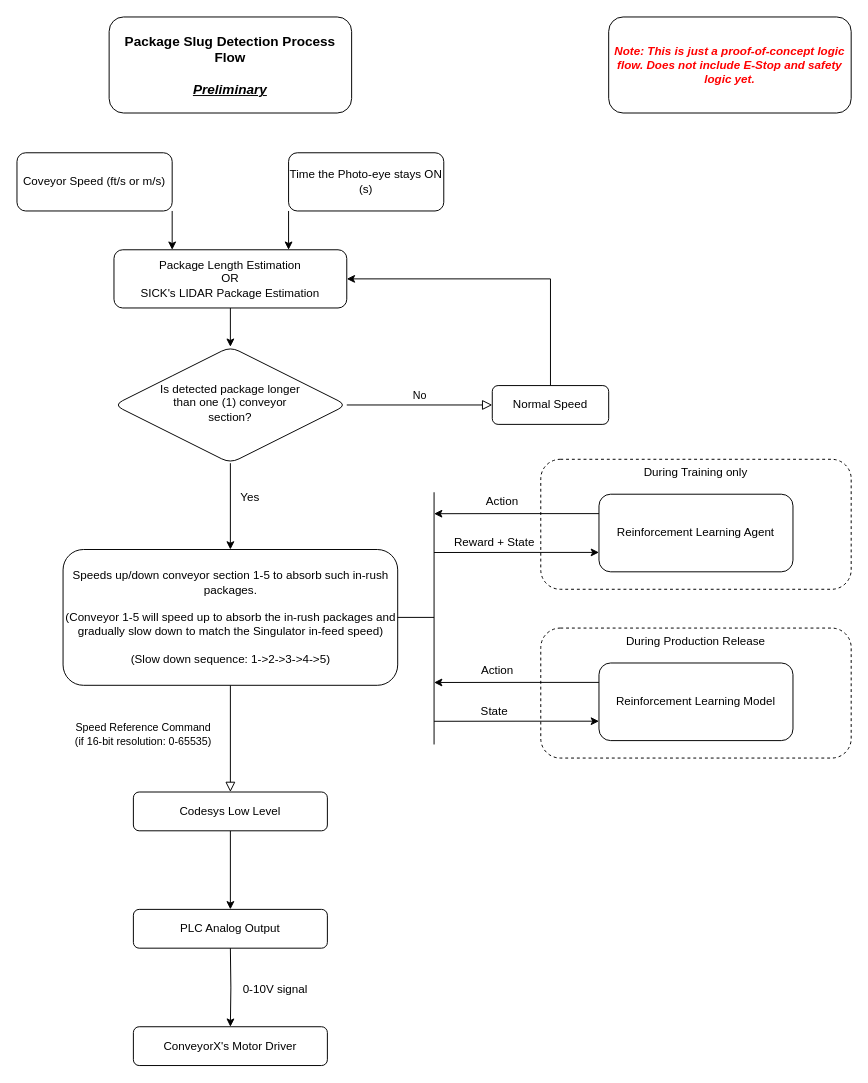
The draw.io diagram Process WorkFlows.drawio in bactran1/AMZ-FlowControl, before the edit. Source tidied: cells renumbered, new cells numbered last; positions are measured from the earlier drawing's top-left corner, leaving out a move shared by most shapes. Both pictures are drawn from the tidied source at 97%, with x=0, y=0 at pixel (16, 16).
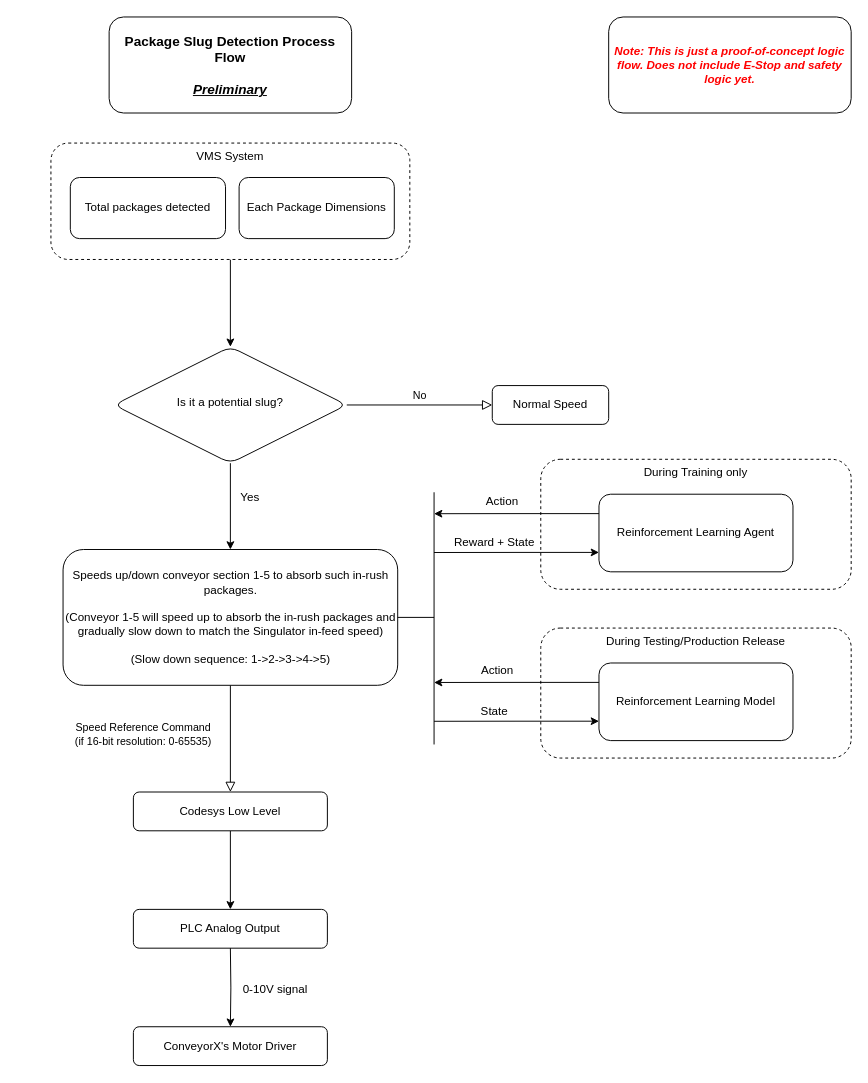
Above is the later version.

Unchanged cells that the change refers to:
```xml
<mxCell id="8" value="Normal Speed" style="rounded=1;whiteSpace=wrap;html=1;fontSize=12;glass=0;strokeWidth=1;shadow=0;" parent="1" vertex="1">
  <mxGeometry x="490" y="380" width="120" height="40" as="geometry" />
</mxCell>
```

Change to the diagram source:
```diff
@@
+    <mxCell id="38" style="edgeStyle=orthogonalEdgeStyle;rounded=0;jettySize=auto;html=1;entryX=0.5;entryY=0;entryDx=0;entryDy=0;" parent="1" edge="1" source="39" target="6">
+      <mxGeometry relative="1" as="geometry" />
+    </mxCell>
+    <mxCell id="39" value="VMS System" style="rounded=1;whiteSpace=wrap;html=1;dashed=1;labelPosition=center;verticalLabelPosition=middle;align=center;verticalAlign=top;" parent="1" vertex="1">
+      <mxGeometry x="35" y="130" width="370" height="120" as="geometry" />
+    </mxCell>
@@
-    <mxCell id="6" value="&lt;blockquote&gt;Is detected package longer than one (1) conveyor section?&lt;/blockquote&gt;" style="rhombus;whiteSpace=wrap;html=1;shadow=0;fontFamily=Helvetica;fontSize=12;align=center;strokeWidth=1;spacing=6;spacingTop=-4;rounded=1;" parent="1" vertex="1">
+    <mxCell id="6" value="Is it a potential slug?" style="rhombus;whiteSpace=wrap;html=1;shadow=0;fontFamily=Helvetica;fontSize=12;align=center;strokeWidth=1;spacing=6;spacingTop=-4;rounded=1;" parent="1" vertex="1">
       <mxGeometry x="100" y="340" width="240" height="120" as="geometry" />
     </mxCell>
-    <mxCell id="7" style="edgeStyle=orthogonalEdgeStyle;rounded=0;jettySize=auto;html=1;entryX=1;entryY=0.5;entryDx=0;entryDy=0;" parent="1" edge="1" source="8" target="17">
-      <mxGeometry relative="1" as="geometry">
-        <Array as="points">
-          <mxPoint x="550" y="270" />
-        </Array>
-      </mxGeometry>
-    </mxCell>
@@
-    <mxCell id="12" style="edgeStyle=orthogonalEdgeStyle;rounded=0;jettySize=auto;html=1;exitX=1;exitY=1;exitDx=0;exitDy=0;entryX=0.25;entryY=0;entryDx=0;entryDy=0;" parent="1" edge="1" source="13" target="17">
-      <mxGeometry relative="1" as="geometry" />
-    </mxCell>
-    <mxCell id="13" value="Coveyor Speed (ft/s or m/s)" style="rounded=1;whiteSpace=wrap;html=1;fontSize=12;glass=0;strokeWidth=1;shadow=0;" parent="1" vertex="1">
-      <mxGeometry y="140" width="160" height="60" as="geometry" />
-    </mxCell>
-    <mxCell id="14" style="edgeStyle=orthogonalEdgeStyle;rounded=0;jettySize=auto;html=1;exitX=0;exitY=1;exitDx=0;exitDy=0;entryX=0.75;entryY=0;entryDx=0;entryDy=0;" parent="1" edge="1" source="15" target="17">
-      <mxGeometry relative="1" as="geometry" />
-    </mxCell>
-    <mxCell id="15" value="Time the Photo-eye stays ON&lt;br&gt;(s)" style="rounded=1;whiteSpace=wrap;html=1;fontSize=12;glass=0;strokeWidth=1;shadow=0;" parent="1" vertex="1">
-      <mxGeometry x="280" y="140" width="160" height="60" as="geometry" />
-    </mxCell>
-    <mxCell id="16" style="edgeStyle=orthogonalEdgeStyle;rounded=0;jettySize=auto;html=1;exitX=0.5;exitY=1;exitDx=0;exitDy=0;" parent="1" edge="1" source="17" target="6">
-      <mxGeometry relative="1" as="geometry" />
-    </mxCell>
-    <mxCell id="17" value="Package Length Estimation&lt;br&gt;OR&lt;br&gt;SICK's LIDAR Package Estimation" style="rounded=1;whiteSpace=wrap;html=1;fontSize=12;glass=0;strokeWidth=1;shadow=0;" parent="1" vertex="1">
-      <mxGeometry x="100" y="240" width="240" height="60" as="geometry" />
+    <mxCell id="17" value="Total packages detected" style="rounded=1;whiteSpace=wrap;html=1;fontSize=12;glass=0;strokeWidth=1;shadow=0;" parent="1" vertex="1">
+      <mxGeometry x="55" y="165.5" width="160" height="63" as="geometry" />
     </mxCell>
@@
-    <mxCell id="25" value="During Production Release" style="rounded=1;whiteSpace=wrap;html=1;dashed=1;labelPosition=center;verticalLabelPosition=middle;align=center;verticalAlign=top;" parent="1" vertex="1">
+    <mxCell id="25" value="During Testing/Production Release" style="rounded=1;whiteSpace=wrap;html=1;dashed=1;labelPosition=center;verticalLabelPosition=middle;align=center;verticalAlign=top;" parent="1" vertex="1">
       <mxGeometry x="540" y="630" width="320" height="134" as="geometry" />
     </mxCell>
@@
+    <mxCell id="40" value="Each Package Dimensions" style="rounded=1;whiteSpace=wrap;html=1;fontSize=12;glass=0;strokeWidth=1;shadow=0;" parent="1" vertex="1">
+      <mxGeometry x="229" y="165.5" width="160" height="63" as="geometry" />
+    </mxCell>
```
